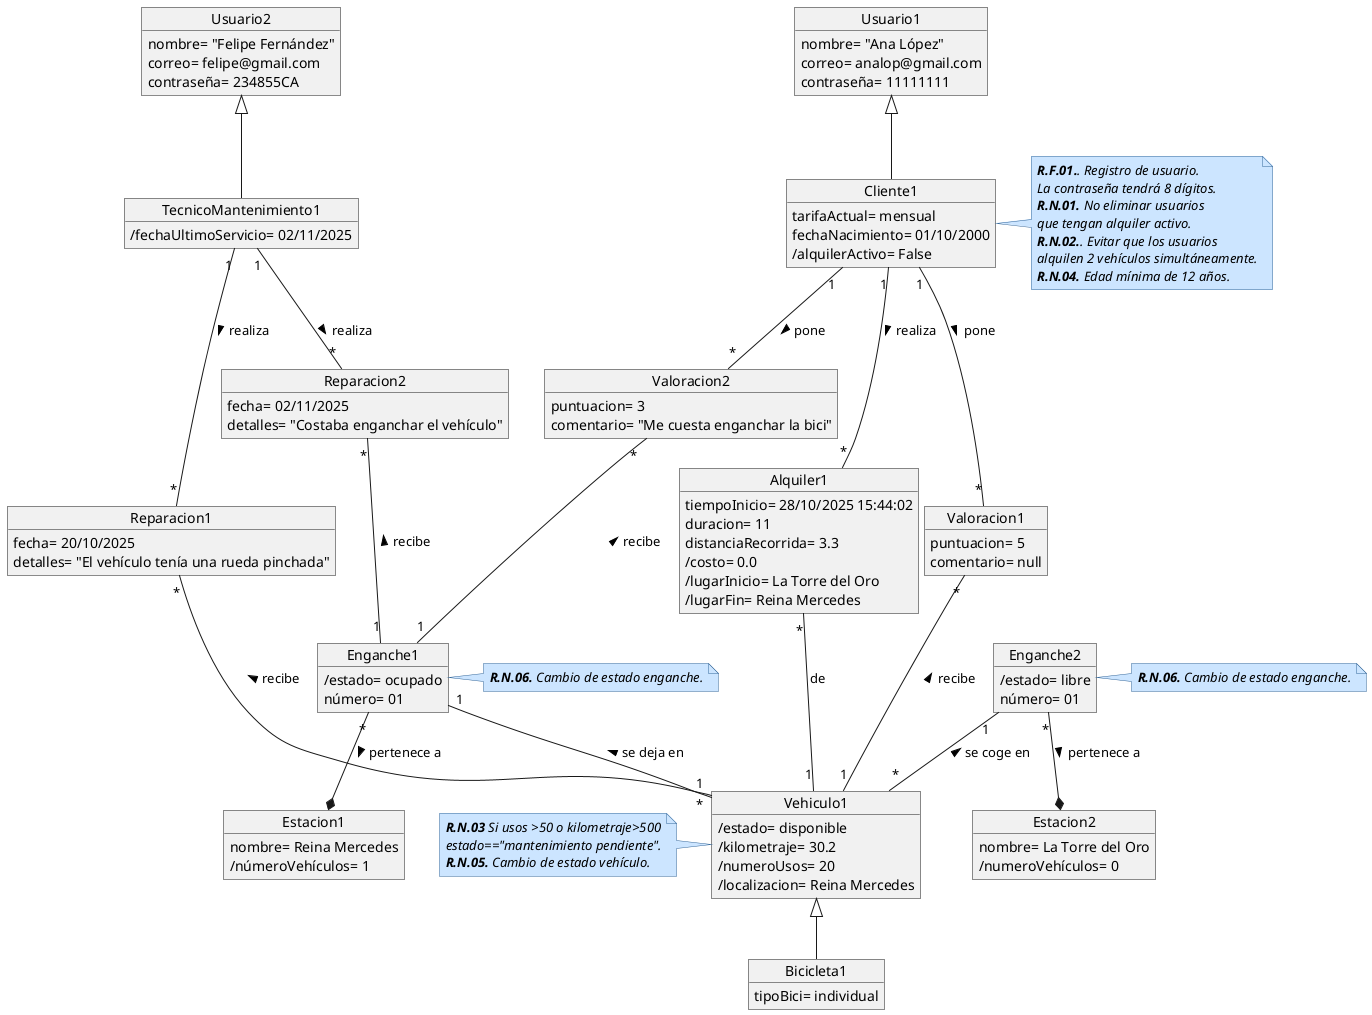
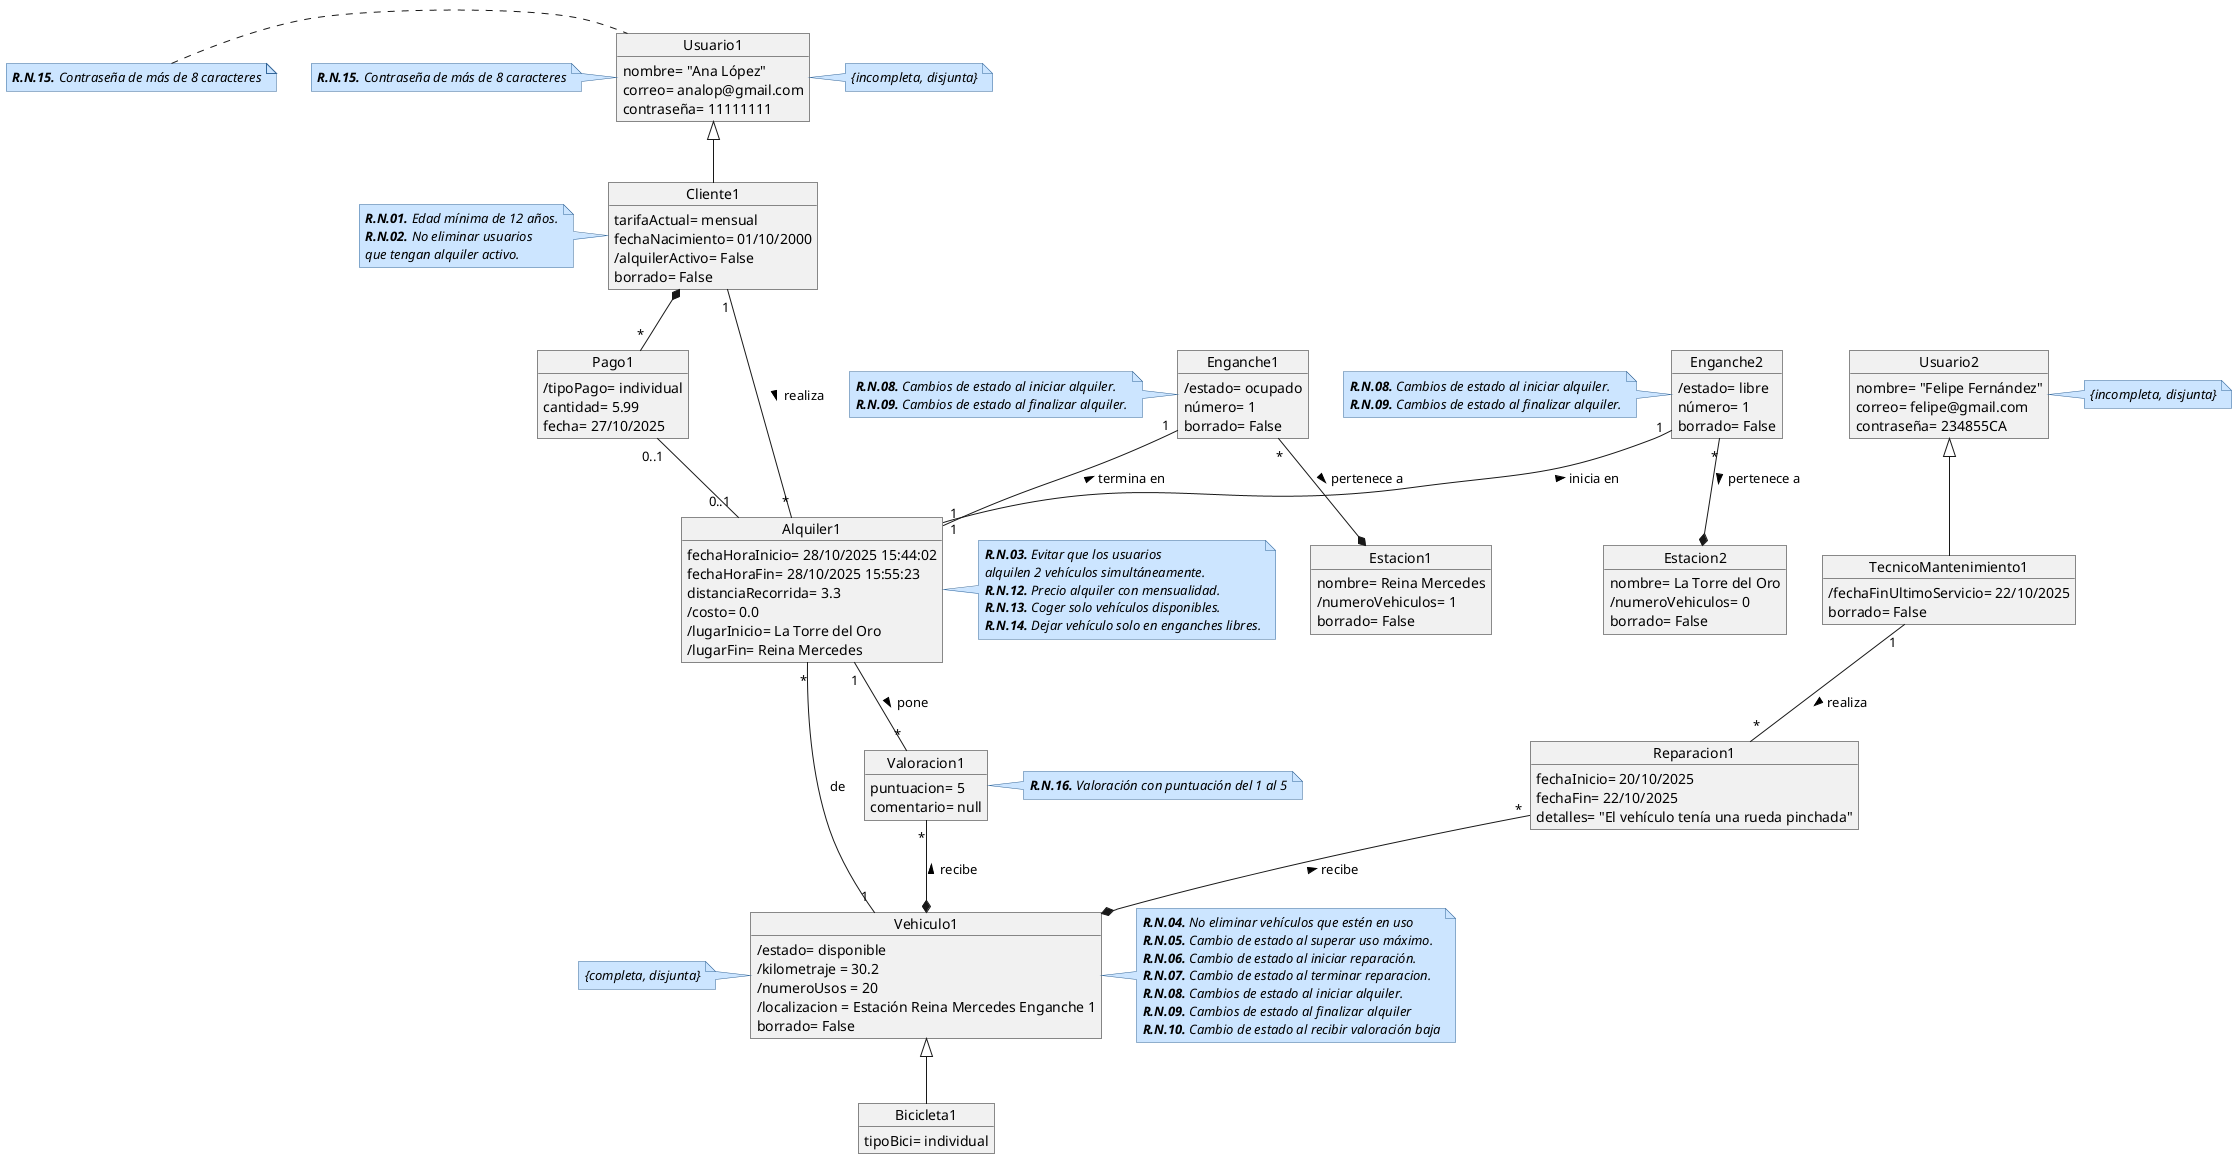
@startuml DiagramaClases

skinparam note {
  BackgroundColor #cce5ff
  BorderColor #336699
  FontStyle italic
}

object Usuario1 {
    nombre= "Ana López"
    correo= analop@gmail.com
    contraseña= 11111111
}
+ note right: {incompleta, disjunta}
+ note left of Usuario1
+ '''
+ **R.N.15.** Contraseña de más de 8 caracteres
+ '''
+ end note

object Usuario2 {
    nombre= "Felipe Fernández"
    correo= felipe@gmail.com
    contraseña= 234855CA
}
+ note right: {incompleta, disjunta}
+ note left of Usuario1
+ '''
+ **R.N.15.** Contraseña de más de 8 caracteres
+ '''
+ end note
+ 

object Cliente1 {
    tarifaActual= mensual
    fechaNacimiento= 01/10/2000
    /alquilerActivo= False
- }
- note right
- '''
-  **R.F.01.**. Registro de usuario.
-  La contraseña tendrá 8 dígitos.
-  **R.N.01.** No eliminar usuarios
-  que tengan alquiler activo.
-  **R.N.02.**. Evitar que los usuarios
-  alquilen 2 vehículos simultáneamente.
-  **R.N.04.** Edad mínima de 12 años.
- '''
- end note
+     borrado= False
+ }
+ note left
+ '''
+ **R.N.01.** Edad mínima de 12 años.
+ **R.N.02.** No eliminar usuarios
+ que tengan alquiler activo.
+ '''
+ end note
+ 
+ object Pago1 {
+     /tipoPago= individual
+     cantidad= 5.99
+     fecha= 27/10/2025
+ }
+ 'Tipo pago puede ser o mensual o individual


object TecnicoMantenimiento1 {
-     /fechaUltimoServicio= 02/11/2025
+     /fechaFinUltimoServicio= 22/10/2025
+     borrado= False
}

object Reparacion1 {
-     fecha= 20/10/2025
+     fechaInicio= 20/10/2025
+     fechaFin= 22/10/2025
    detalles= "El vehículo tenía una rueda pinchada"
}

- object Reparacion2 {
-     fecha= 02/11/2025
-     detalles= "Costaba enganchar el vehículo"
- }
+ 

object Valoracion1 {
    puntuacion= 5
    comentario= null
}
- 
- object Valoracion2 {
-     puntuacion= 3
-     comentario= "Me cuesta enganchar la bici"
- }
- 
+ note right
+ '''
+ **R.N.16.** Valoración con puntuación del 1 al 5
+ '''
+ end note
+ 
+ /'
+ La distancia recorrida la cuenta el vehículo con un
+ medidor incorporado y solo se registra cuando termina el recorrido.
+ Por eso mismo no es derivada de lugar inicio o fin, porque si no si acabas
+ en el mismo sitio la distancia recorrida sería 0.
+ '/
object Alquiler1 {
-     tiempoInicio= 28/10/2025 15:44:02
-     duracion= 11
+     fechaHoraInicio= 28/10/2025 15:44:02
+     fechaHoraFin= 28/10/2025 15:55:23
    distanciaRecorrida= 3.3
    /costo= 0.0
    /lugarInicio= La Torre del Oro
    /lugarFin= Reina Mercedes
}
- 
+ note right
+ '''
+ **R.N.03.** Evitar que los usuarios
+ alquilen 2 vehículos simultáneamente.
+ **R.N.12.** Precio alquiler con mensualidad.
+ **R.N.13.** Coger solo vehículos disponibles.
+ **R.N.14.** Dejar vehículo solo en enganches libres.
+ '''
+ end note
+ 
+ /'
+ La localización del vehículo se muestra cuando se guarda el vehículo.
+ No se guarda localización por GPS.
+ '/
object Vehiculo1 {
    /estado= disponible
-     /kilometraje= 30.2
-     /numeroUsos= 20
-     /localizacion= Reina Mercedes
- }
- note left
- '''
-  **R.N.03** Si usos >50 o kilometraje>500
-  estado=="mantenimiento pendiente".
-  **R.N.05.** Cambio de estado vehículo.
- '''
- end note
+     /kilometraje = 30.2
+     /numeroUsos = 20
+     /localizacion = Estación Reina Mercedes Enganche 1
+     borrado= False
+ }
+ note right
+ '''
+ **R.N.04.** No eliminar vehículos que estén en uso
+ **R.N.05.** Cambio de estado al superar uso máximo.
+ **R.N.06.** Cambio de estado al iniciar reparación.
+ **R.N.07.** Cambio de estado al terminar reparacion.
+ **R.N.08.** Cambios de estado al iniciar alquiler.
+ **R.N.09.** Cambios de estado al finalizar alquiler
+ **R.N.10.** Cambio de estado al recibir valoración baja
+ '''
+ end note
+ note left of Vehiculo1: {completa, disjunta}
+ 

object Estacion1 {
    nombre= Reina Mercedes
-     /númeroVehículos= 1
+     /numeroVehiculos= 1
+     borrado= False
}

object Estacion2 {
    nombre= La Torre del Oro
-     /numeroVehículos= 0
- }
+     /numeroVehiculos= 0
+     borrado= False
+ }
+ 

object Enganche1 {
    /estado= ocupado
-     número= 01
- }
- note right
- '''
-  **R.N.06.** Cambio de estado enganche.
+     número= 1
+     borrado= False
+ }
+ note left
+ '''
+  **R.N.08.** Cambios de estado al iniciar alquiler.
+  **R.N.09.** Cambios de estado al finalizar alquiler.
'''
end note

object Enganche2 {
    /estado= libre
-     número= 01
- }
- note right
- '''
-  **R.N.06.** Cambio de estado enganche.
+     número= 1
+     borrado= False
+ }
+ note left
+ '''
+  **R.N.08.** Cambios de estado al iniciar alquiler.
+  **R.N.09.** Cambios de estado al finalizar alquiler.
'''
end note

object Bicicleta1 {
    tipoBici= individual
}


Usuario1 <|-- Cliente1
Usuario2 <|-- TecnicoMantenimiento1

Enganche1 "*"--* Estacion1 : pertenece a >
Enganche2 "*"--* Estacion2 : pertenece a >

'Relación directa valoraciones'
- Cliente1 "1"--"*" Valoracion1 : pone >
- Cliente1 "1"--"*" Valoracion2 : pone >
- 
- Valoracion1 "*"--"1" Vehiculo1 : recibe <
- Valoracion2 "*"--"1" Enganche1 : recibe <
+ Alquiler1 "1"--"*" Valoracion1 : pone >
+ Valoracion1 "*"--* Vehiculo1 : recibe <

TecnicoMantenimiento1 "1"--"*" Reparacion1 : realiza >
- TecnicoMantenimiento1 "1"--"*" Reparacion2 : realiza >
- Reparacion1 "*"--"1" Vehiculo1 : recibe <
- Reparacion2 "*"--"1" Enganche1 : recibe <
- 
- Enganche1 "1" --"*" Vehiculo1 : se deja en <
- Enganche2 "1"--"*" Vehiculo1 : se coge en <
+ Reparacion1 "*"--* Vehiculo1 : recibe <
+ 
+ Enganche1 "1" --"1" Alquiler1: termina en <
+ Enganche2 "1" --"1" Alquiler1: inicia en <
+ 


'Relacion de Alquileres'
Cliente1 "1"--"*"  Alquiler1: realiza >

Alquiler1 "*"--"1" Vehiculo1: de

+ 'Relacion Pago'
+ Cliente1 *--"*" Pago1
+ Pago1 "0..1"--"0..1" Alquiler1
+ 
Vehiculo1 <|-- Bicicleta1


@enduml